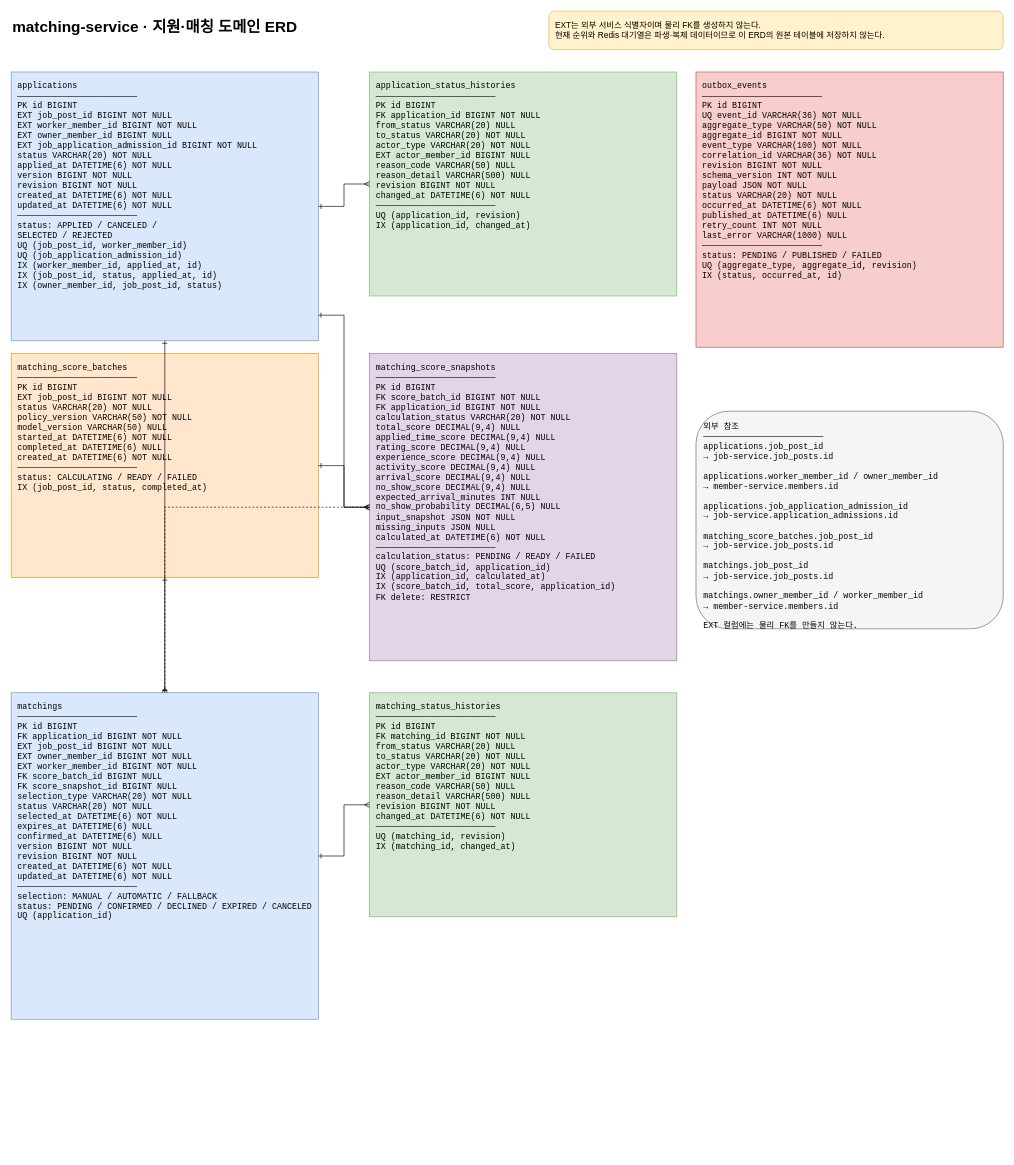
This is docs/architecture/matching-application-erd.drawio from 404-Worker-Not-Found/BE, a draw.io file, before an edit. Source tidied: cells renumbered, new cells numbered last; positions are measured from the earlier drawing's top-left corner, leaving out a move shared by most shapes. Both pictures are drawn from the tidied source at 64%, with x=0, y=0 at pixel (11, 11).
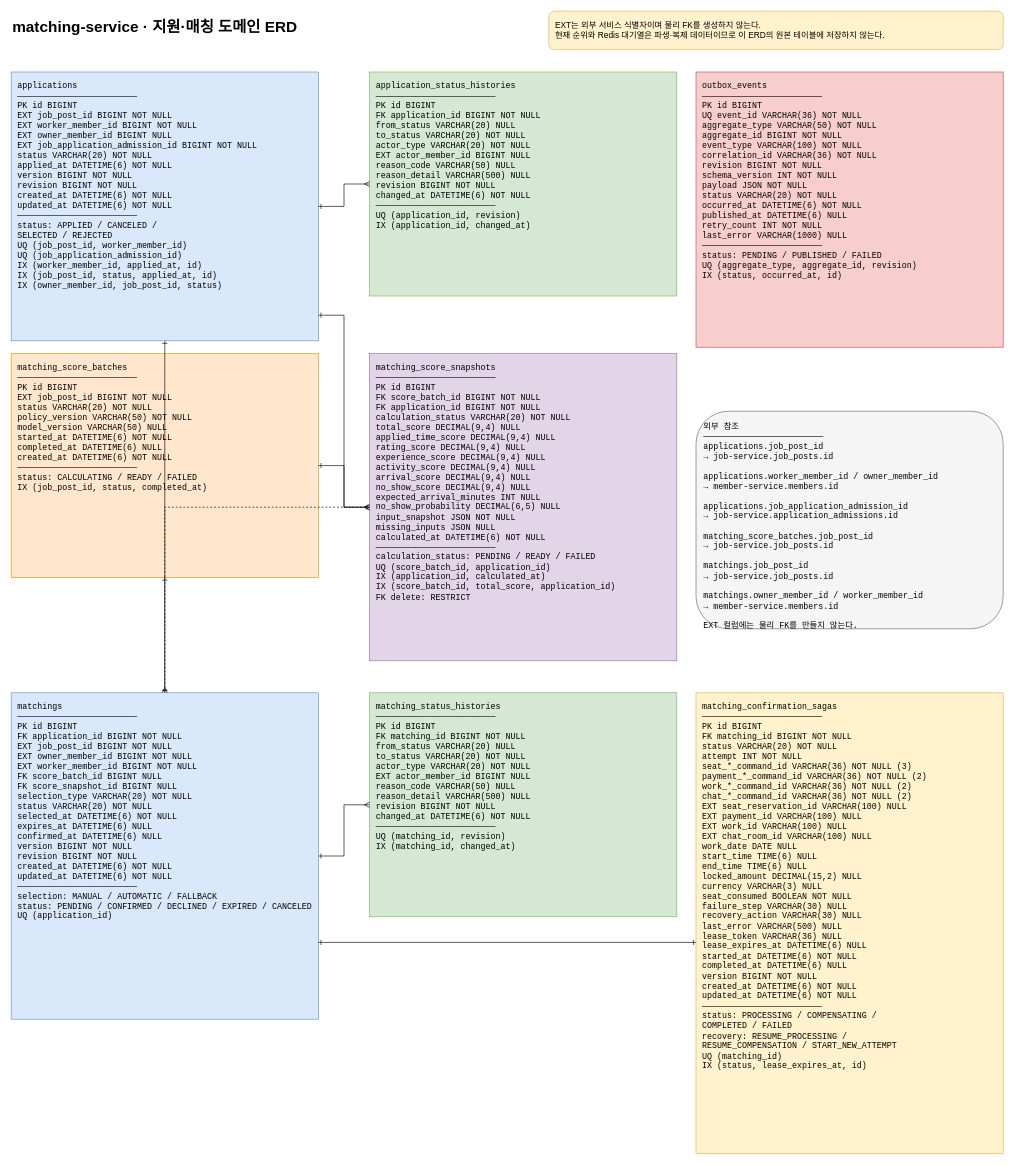
After the change.

The change refers to these unchanged cells:
```xml
<mxCell id="10" value="matchings&#10;────────────────────────&#10;PK  id BIGINT&#10;FK  application_id BIGINT NOT NULL&#10;EXT job_post_id BIGINT NOT NULL&#10;EXT owner_member_id BIGINT NOT NULL&#10;EXT worker_member_id BIGINT NOT NULL&#10;FK  score_batch_id BIGINT NULL&#10;FK  score_snapshot_id BIGINT NULL&#10;    selection_type VARCHAR(20) NOT NULL&#10;    status VARCHAR(20) NOT NULL&#10;    selected_at DATETIME(6) NOT NULL&#10;    expires_at DATETIME(6) NULL&#10;    confirmed_at DATETIME(6) NULL&#10;    version BIGINT NOT NULL&#10;    revision BIGINT NOT NULL&#10;    created_at DATETIME(6) NOT NULL&#10;    updated_at DATETIME(6) NOT NULL&#10;────────────────────────&#10;selection: MANUAL / AUTOMATIC / FALLBACK&#10;status: PENDING / CONFIRMED / DECLINED / EXPIRED / CANCELED&#10;UQ (application_id)" style="rounded=0;whiteSpace=wrap;html=1;fillColor=#dae8fc;strokeColor=#6c8ebf;align=left;verticalAlign=top;spacing=10;fontFamily=Courier New;fontSize=13;" parent="1" vertex="1">
  <mxGeometry y="1065" width="480" height="510" as="geometry" />
</mxCell>
```

The edit, as a diff of the source:
```diff
@@
+    <mxCell id="19" value="matching_confirmation_sagas&#10;────────────────────────&#10;PK  id BIGINT&#10;FK  matching_id BIGINT NOT NULL&#10;    status VARCHAR(20) NOT NULL&#10;    attempt INT NOT NULL&#10;    seat_*_command_id VARCHAR(36) NOT NULL (3)&#10;    payment_*_command_id VARCHAR(36) NOT NULL (2)&#10;    work_*_command_id VARCHAR(36) NOT NULL (2)&#10;    chat_*_command_id VARCHAR(36) NOT NULL (2)&#10;EXT seat_reservation_id VARCHAR(100) NULL&#10;EXT payment_id VARCHAR(100) NULL&#10;EXT work_id VARCHAR(100) NULL&#10;EXT chat_room_id VARCHAR(100) NULL&#10;    work_date DATE NULL&#10;    start_time TIME(6) NULL&#10;    end_time TIME(6) NULL&#10;    locked_amount DECIMAL(15,2) NULL&#10;    currency VARCHAR(3) NULL&#10;    seat_consumed BOOLEAN NOT NULL&#10;    failure_step VARCHAR(30) NULL&#10;    recovery_action VARCHAR(30) NULL&#10;    last_error VARCHAR(500) NULL&#10;    lease_token VARCHAR(36) NULL&#10;    lease_expires_at DATETIME(6) NULL&#10;    started_at DATETIME(6) NOT NULL&#10;    completed_at DATETIME(6) NULL&#10;    version BIGINT NOT NULL&#10;    created_at DATETIME(6) NOT NULL&#10;    updated_at DATETIME(6) NOT NULL&#10;────────────────────────&#10;status: PROCESSING / COMPENSATING /&#10;COMPLETED / FAILED&#10;recovery: RESUME_PROCESSING /&#10;RESUME_COMPENSATION / START_NEW_ATTEMPT&#10;UQ (matching_id)&#10;IX (status, lease_expires_at, id)" style="rounded=0;whiteSpace=wrap;html=1;fillColor=#fff2cc;strokeColor=#d6b656;align=left;verticalAlign=top;spacing=10;fontFamily=Courier New;fontSize=13;" parent="1" vertex="1">
+      <mxGeometry x="1070" y="1065" width="480" height="720" as="geometry" />
+    </mxCell>
@@
+    <mxCell id="20" style="edgeStyle=orthogonalEdgeStyle;rounded=0;jettySize=auto;html=1;endArrow=ERone;startArrow=ERone;" parent="1" edge="1" source="10" target="19">
+      <mxGeometry relative="1" as="geometry">
+        <Array as="points">
+          <mxPoint x="520" y="1455" />
+          <mxPoint x="1050" y="1455" />
+        </Array>
+      </mxGeometry>
+    </mxCell>
```
